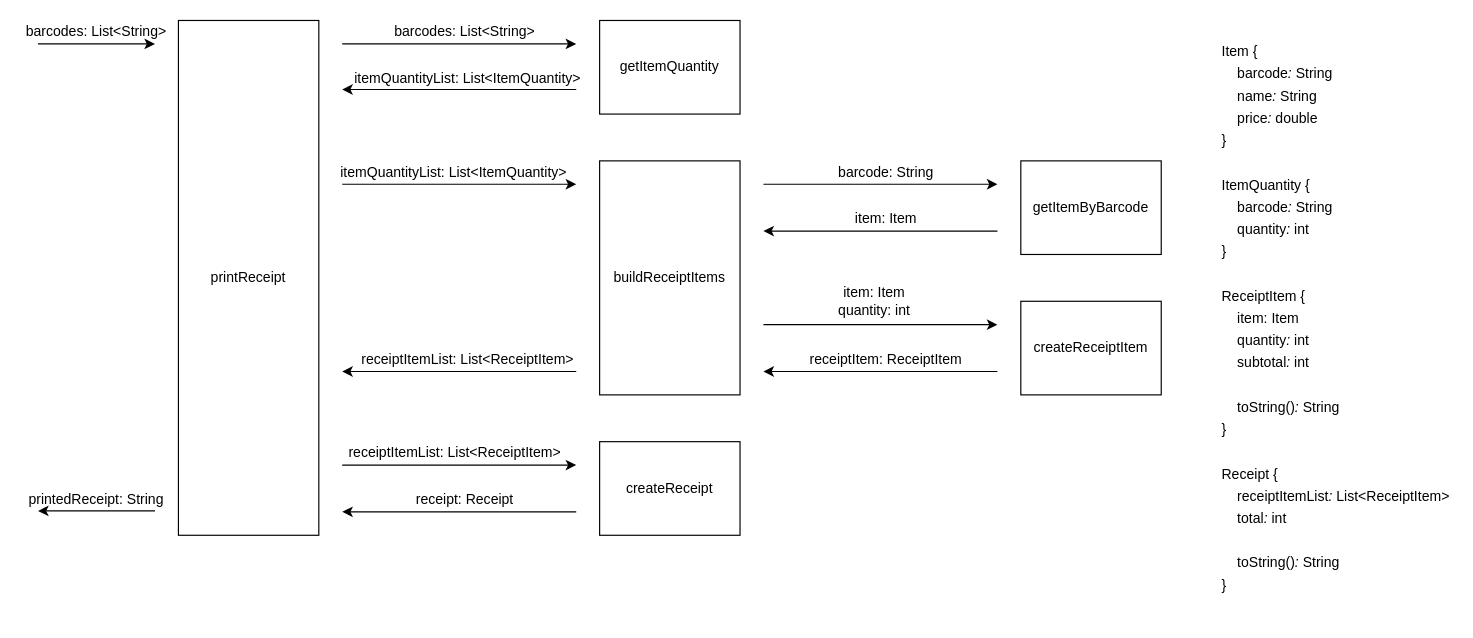
Before: Pos v2.drawio in bacaljo/pos-machine-practice-2020-10-11-13-53-6-305, a draw.io diagram. Source tidied: cells renumbered, new cells numbered last; positions are measured from the earlier drawing's top-left corner, leaving out a move shared by most shapes. Both pictures are drawn from the tidied source at 117%, with x=0, y=0 at pixel (20, 20).
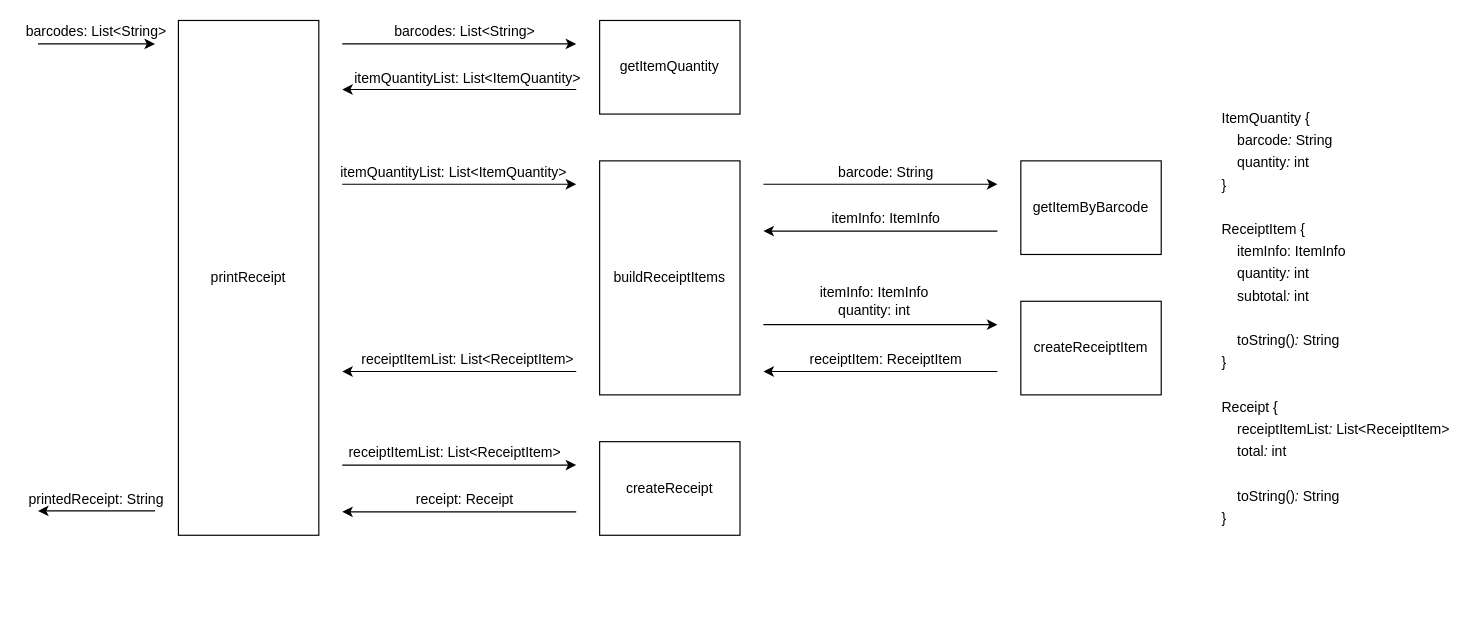
After the change.

Diff of the diagram source:
```diff
@@
-    <mxCell id="12" value="item: Item" style="text;html=1;strokeColor=none;fillColor=none;align=center;verticalAlign=middle;whiteSpace=wrap;rounded=0;" parent="1" vertex="1">
+    <mxCell id="12" value="itemInfo: ItemInfo" style="text;html=1;strokeColor=none;fillColor=none;align=center;verticalAlign=middle;whiteSpace=wrap;rounded=0;" parent="1" vertex="1">
       <mxGeometry x="685" y="160" width="110" height="20" as="geometry" />
     </mxCell>
@@
-    <mxCell id="22" value="&lt;div style=&quot;line-height: 19px&quot;&gt;&lt;div style=&quot;line-height: 19px&quot;&gt;&lt;div style=&quot;line-height: 19px&quot;&gt;&lt;div&gt;&lt;div&gt;Item&amp;nbsp;{&lt;/div&gt;&lt;div&gt;&amp;nbsp;&amp;nbsp;&amp;nbsp;&amp;nbsp;barcode&lt;span style=&quot;font-style: italic&quot;&gt;:&lt;/span&gt;&amp;nbsp;String&lt;/div&gt;&lt;div&gt;&amp;nbsp;&amp;nbsp;&amp;nbsp;&amp;nbsp;name&lt;span style=&quot;font-style: italic&quot;&gt;:&lt;/span&gt;&amp;nbsp;String&lt;/div&gt;&lt;div&gt;&amp;nbsp;&amp;nbsp;&amp;nbsp;&amp;nbsp;price&lt;span style=&quot;font-style: italic&quot;&gt;:&lt;/span&gt;&amp;nbsp;double&lt;/div&gt;&lt;div&gt;}&lt;/div&gt;&lt;/div&gt;&lt;div&gt;&lt;br&gt;&lt;/div&gt;&lt;div&gt;ItemQuantity&amp;nbsp;{&lt;/div&gt;&lt;div&gt;&amp;nbsp;&amp;nbsp;&amp;nbsp;&amp;nbsp;barcode&lt;span style=&quot;font-style: italic&quot;&gt;:&lt;/span&gt;&amp;nbsp;String&lt;/div&gt;&lt;div&gt;&amp;nbsp;&amp;nbsp;&amp;nbsp;&amp;nbsp;quantity&lt;span style=&quot;font-style: italic&quot;&gt;:&lt;/span&gt;&amp;nbsp;int&lt;/div&gt;&lt;div&gt;}&lt;/div&gt;&lt;br&gt;&lt;div&gt;ReceiptItem&amp;nbsp;{&lt;/div&gt;&lt;div&gt;&amp;nbsp; &amp;nbsp; item: Item&lt;/div&gt;&lt;div&gt;&amp;nbsp;&amp;nbsp;&amp;nbsp;&amp;nbsp;quantity&lt;span style=&quot;font-style: italic&quot;&gt;:&lt;/span&gt;&amp;nbsp;int&lt;/div&gt;&lt;div&gt;&amp;nbsp;&amp;nbsp;&amp;nbsp;&amp;nbsp;subtotal&lt;span style=&quot;font-style: italic&quot;&gt;:&lt;/span&gt;&amp;nbsp;int&lt;/div&gt;&lt;br&gt;&lt;div&gt;&amp;nbsp;&amp;nbsp;&amp;nbsp;&amp;nbsp;toString()&lt;span style=&quot;font-style: italic&quot;&gt;:&lt;/span&gt;&amp;nbsp;String&lt;/div&gt;&lt;div&gt;}&lt;/div&gt;&lt;br&gt;&lt;div&gt;Receipt&amp;nbsp;{&lt;/div&gt;&lt;div&gt;&amp;nbsp;&amp;nbsp;&amp;nbsp;&amp;nbsp;receiptItemList&lt;span style=&quot;font-style: italic&quot;&gt;:&lt;/span&gt;&amp;nbsp;List&amp;lt;ReceiptItem&amp;gt;&lt;/div&gt;&lt;div&gt;&amp;nbsp;&amp;nbsp;&amp;nbsp;&amp;nbsp;total&lt;span style=&quot;font-style: italic&quot;&gt;:&lt;/span&gt;&amp;nbsp;int&lt;/div&gt;&lt;br&gt;&lt;div&gt;&amp;nbsp;&amp;nbsp;&amp;nbsp;&amp;nbsp;toString()&lt;span style=&quot;font-style: italic&quot;&gt;:&lt;/span&gt;&amp;nbsp;String&lt;/div&gt;&lt;div&gt;}&lt;/div&gt;&lt;/div&gt;&lt;/div&gt;&lt;/div&gt;" style="text;html=1;strokeColor=none;fillColor=none;align=left;verticalAlign=middle;whiteSpace=wrap;rounded=0;" parent="1" vertex="1">
+    <mxCell id="22" value="&lt;div style=&quot;line-height: 19px&quot;&gt;&lt;div style=&quot;line-height: 19px&quot;&gt;&lt;div style=&quot;line-height: 19px&quot;&gt;&lt;div&gt;&lt;span&gt;ItemQuantity&amp;nbsp;{&lt;/span&gt;&lt;br&gt;&lt;/div&gt;&lt;div&gt;&amp;nbsp;&amp;nbsp;&amp;nbsp;&amp;nbsp;barcode&lt;span style=&quot;font-style: italic&quot;&gt;:&lt;/span&gt;&amp;nbsp;String&lt;/div&gt;&lt;div&gt;&amp;nbsp;&amp;nbsp;&amp;nbsp;&amp;nbsp;quantity&lt;span style=&quot;font-style: italic&quot;&gt;:&lt;/span&gt;&amp;nbsp;int&lt;/div&gt;&lt;div&gt;}&lt;/div&gt;&lt;br&gt;&lt;div&gt;ReceiptItem&amp;nbsp;{&lt;/div&gt;&lt;div&gt;&amp;nbsp; &amp;nbsp; itemInfo: ItemInfo&lt;/div&gt;&lt;div&gt;&amp;nbsp;&amp;nbsp;&amp;nbsp;&amp;nbsp;quantity&lt;span style=&quot;font-style: italic&quot;&gt;:&lt;/span&gt;&amp;nbsp;int&lt;/div&gt;&lt;div&gt;&amp;nbsp;&amp;nbsp;&amp;nbsp;&amp;nbsp;subtotal&lt;span style=&quot;font-style: italic&quot;&gt;:&lt;/span&gt;&amp;nbsp;int&lt;/div&gt;&lt;br&gt;&lt;div&gt;&amp;nbsp;&amp;nbsp;&amp;nbsp;&amp;nbsp;toString()&lt;span style=&quot;font-style: italic&quot;&gt;:&lt;/span&gt;&amp;nbsp;String&lt;/div&gt;&lt;div&gt;}&lt;/div&gt;&lt;br&gt;&lt;div&gt;Receipt&amp;nbsp;{&lt;/div&gt;&lt;div&gt;&amp;nbsp;&amp;nbsp;&amp;nbsp;&amp;nbsp;receiptItemList&lt;span style=&quot;font-style: italic&quot;&gt;:&lt;/span&gt;&amp;nbsp;List&amp;lt;ReceiptItem&amp;gt;&lt;/div&gt;&lt;div&gt;&amp;nbsp;&amp;nbsp;&amp;nbsp;&amp;nbsp;total&lt;span style=&quot;font-style: italic&quot;&gt;:&lt;/span&gt;&amp;nbsp;int&lt;/div&gt;&lt;br&gt;&lt;div&gt;&amp;nbsp;&amp;nbsp;&amp;nbsp;&amp;nbsp;toString()&lt;span style=&quot;font-style: italic&quot;&gt;:&lt;/span&gt;&amp;nbsp;String&lt;/div&gt;&lt;div&gt;}&lt;/div&gt;&lt;/div&gt;&lt;/div&gt;&lt;/div&gt;" style="text;html=1;strokeColor=none;fillColor=none;align=left;verticalAlign=middle;whiteSpace=wrap;rounded=0;" parent="1" vertex="1">
       <mxGeometry x="1025" width="200" height="510" as="geometry" />
     </mxCell>
@@
-    <mxCell id="28" value="item: Item&lt;br&gt;quantity: int" style="text;html=1;strokeColor=none;fillColor=none;align=center;verticalAlign=middle;whiteSpace=wrap;rounded=0;" parent="1" vertex="1">
+    <mxCell id="28" value="itemInfo: ItemInfo&lt;br&gt;quantity: int" style="text;html=1;strokeColor=none;fillColor=none;align=center;verticalAlign=middle;whiteSpace=wrap;rounded=0;" parent="1" vertex="1">
       <mxGeometry x="675" y="220" width="110" height="40" as="geometry" />
     </mxCell>
```
